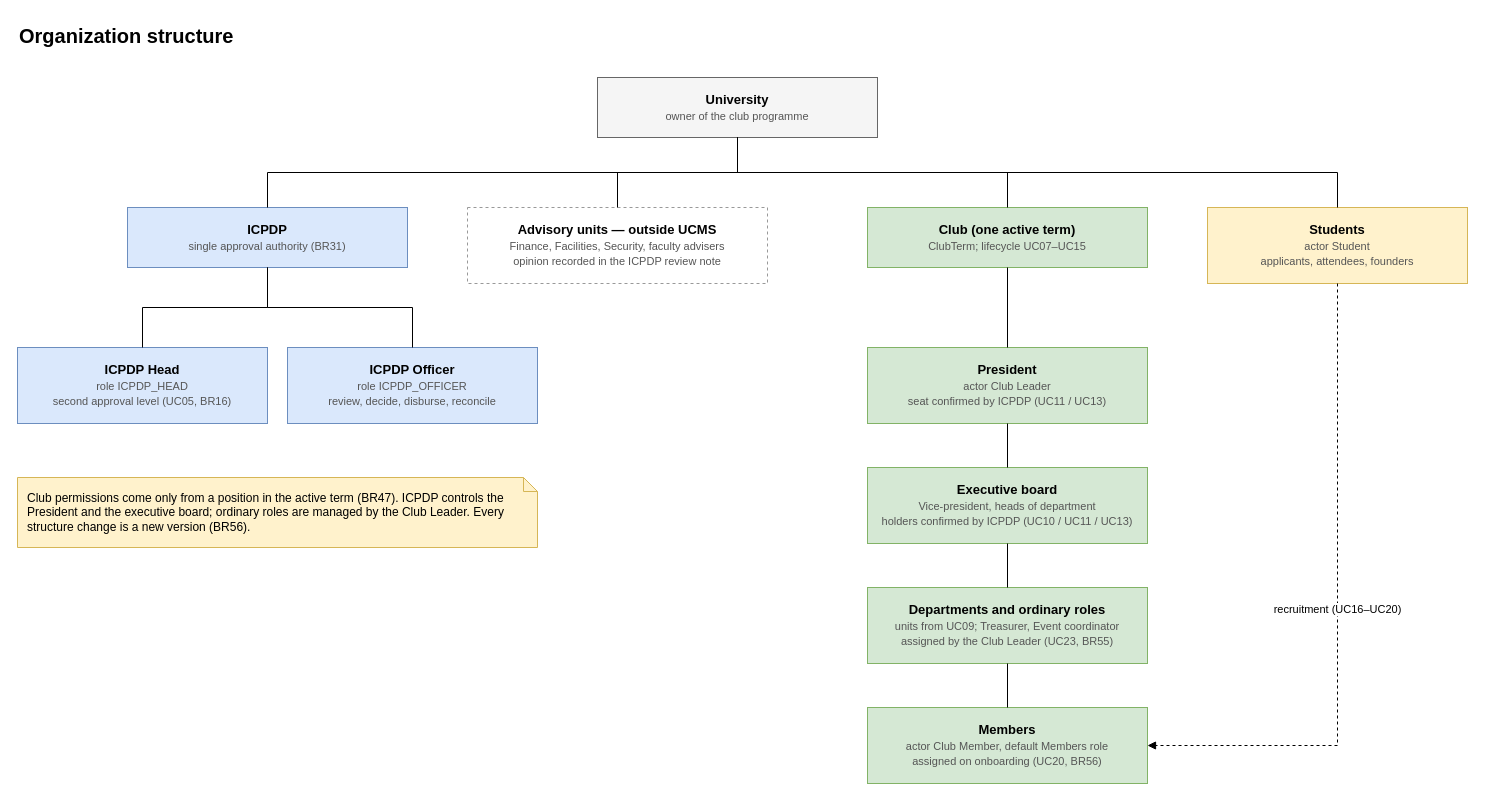
Before: page "Organization structure" (1 of 2) of docs/03-diagrams/UCMS_Organization_and_Flows.drawio in nvdekay/ClubManagementSystem, a draw.io diagram. Source tidied: cells renumbered, new cells numbered last; positions are measured from the earlier drawing's top-left corner, leaving out a move shared by most shapes. Both pictures are drawn from the tidied source at 100%, with x=0, y=0 at pixel (17, 17).
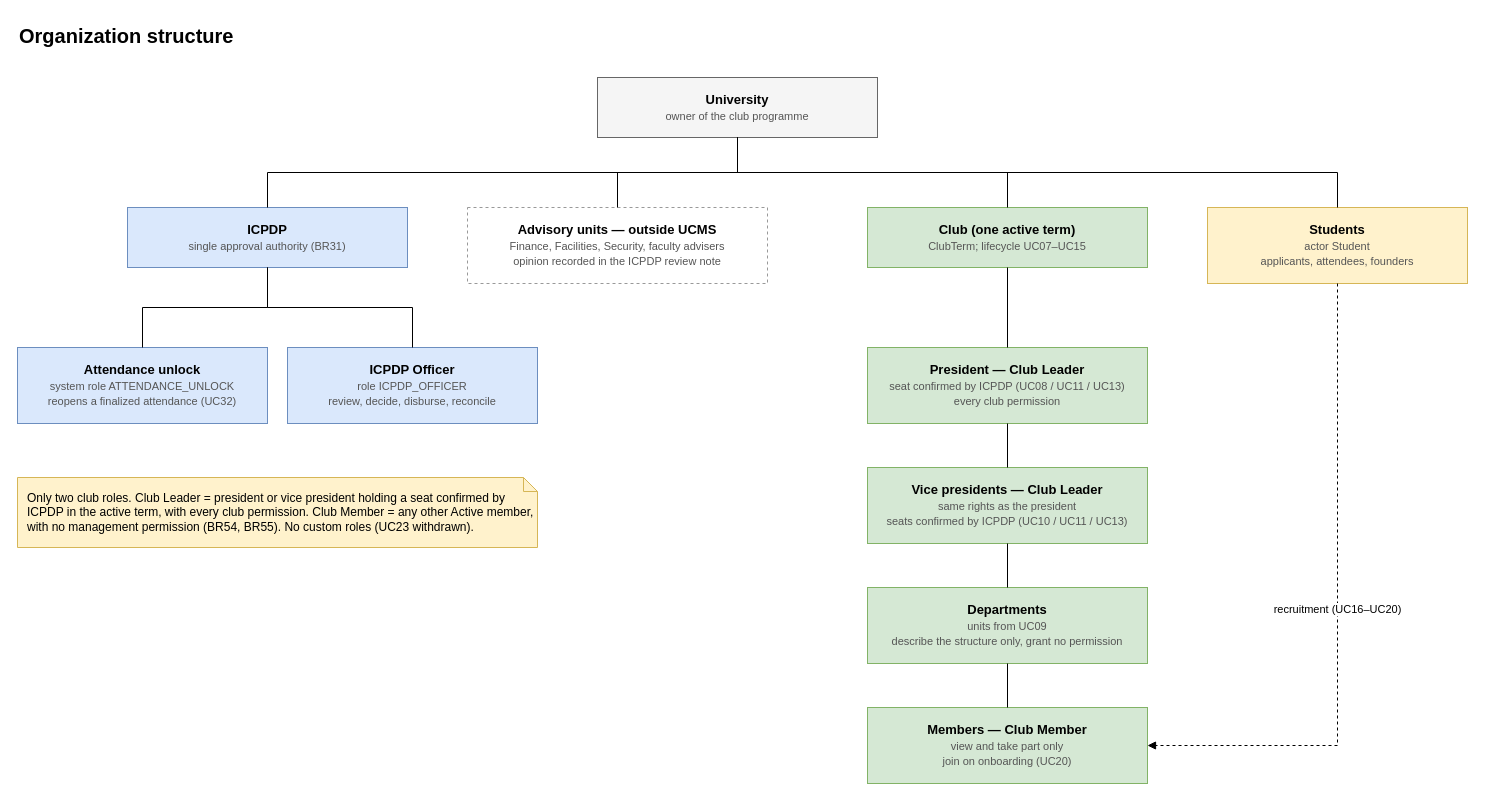
The same diagram, later.

The edit, as a diff of the source:
```diff
@@
-    <mxCell id="8" value="&lt;b&gt;ICPDP Head&lt;/b&gt;&lt;br&gt;&lt;font style=&quot;font-size:11px&quot; color=&quot;#555555&quot;&gt;role ICPDP_HEAD&lt;br&gt;second approval level (UC05, BR16)&lt;/font&gt;" style="rounded=0;whiteSpace=wrap;html=1;fillColor=#dae8fc;strokeColor=#6c8ebf;fontSize=13;" parent="1" vertex="1">
+    <mxCell id="8" value="&lt;b&gt;Attendance unlock&lt;/b&gt;&lt;br&gt;&lt;font style=&quot;font-size:11px&quot; color=&quot;#555555&quot;&gt;system role ATTENDANCE_UNLOCK&lt;br&gt;reopens a finalized attendance (UC32)&lt;/font&gt;" style="rounded=0;whiteSpace=wrap;html=1;fillColor=#dae8fc;strokeColor=#6c8ebf;fontSize=13;" parent="1" vertex="1">
       <mxGeometry y="330" width="250" height="76" as="geometry" />
     </mxCell>
@@
-    <mxCell id="10" value="&lt;b&gt;President&lt;/b&gt;&lt;br&gt;&lt;font style=&quot;font-size:11px&quot; color=&quot;#555555&quot;&gt;actor Club Leader&lt;br&gt;seat confirmed by ICPDP (UC11 / UC13)&lt;/font&gt;" style="rounded=0;whiteSpace=wrap;html=1;fillColor=#d5e8d4;strokeColor=#82b366;fontSize=13;" parent="1" vertex="1">
+    <mxCell id="10" value="&lt;b&gt;President — Club Leader&lt;/b&gt;&lt;br&gt;&lt;font style=&quot;font-size:11px&quot; color=&quot;#555555&quot;&gt;seat confirmed by ICPDP (UC08 / UC11 / UC13)&lt;br&gt;every club permission&lt;/font&gt;" style="rounded=0;whiteSpace=wrap;html=1;fillColor=#d5e8d4;strokeColor=#82b366;fontSize=13;" parent="1" vertex="1">
       <mxGeometry x="850" y="330" width="280" height="76" as="geometry" />
     </mxCell>
-    <mxCell id="11" value="&lt;b&gt;Executive board&lt;/b&gt;&lt;br&gt;&lt;font style=&quot;font-size:11px&quot; color=&quot;#555555&quot;&gt;Vice-president, heads of department&lt;br&gt;holders confirmed by ICPDP (UC10 / UC11 / UC13)&lt;/font&gt;" style="rounded=0;whiteSpace=wrap;html=1;fillColor=#d5e8d4;strokeColor=#82b366;fontSize=13;" parent="1" vertex="1">
+    <mxCell id="11" value="&lt;b&gt;Vice presidents — Club Leader&lt;/b&gt;&lt;br&gt;&lt;font style=&quot;font-size:11px&quot; color=&quot;#555555&quot;&gt;same rights as the president&lt;br&gt;seats confirmed by ICPDP (UC10 / UC11 / UC13)&lt;/font&gt;" style="rounded=0;whiteSpace=wrap;html=1;fillColor=#d5e8d4;strokeColor=#82b366;fontSize=13;" parent="1" vertex="1">
       <mxGeometry x="850" y="450" width="280" height="76" as="geometry" />
     </mxCell>
-    <mxCell id="12" value="&lt;b&gt;Departments and ordinary roles&lt;/b&gt;&lt;br&gt;&lt;font style=&quot;font-size:11px&quot; color=&quot;#555555&quot;&gt;units from UC09; Treasurer, Event coordinator&lt;br&gt;assigned by the Club Leader (UC23, BR55)&lt;/font&gt;" style="rounded=0;whiteSpace=wrap;html=1;fillColor=#d5e8d4;strokeColor=#82b366;fontSize=13;" parent="1" vertex="1">
+    <mxCell id="12" value="&lt;b&gt;Departments&lt;/b&gt;&lt;br&gt;&lt;font style=&quot;font-size:11px&quot; color=&quot;#555555&quot;&gt;units from UC09&lt;br&gt;describe the structure only, grant no permission&lt;/font&gt;" style="rounded=0;whiteSpace=wrap;html=1;fillColor=#d5e8d4;strokeColor=#82b366;fontSize=13;" parent="1" vertex="1">
       <mxGeometry x="850" y="570" width="280" height="76" as="geometry" />
     </mxCell>
-    <mxCell id="13" value="&lt;b&gt;Members&lt;/b&gt;&lt;br&gt;&lt;font style=&quot;font-size:11px&quot; color=&quot;#555555&quot;&gt;actor Club Member, default Members role&lt;br&gt;assigned on onboarding (UC20, BR56)&lt;/font&gt;" style="rounded=0;whiteSpace=wrap;html=1;fillColor=#d5e8d4;strokeColor=#82b366;fontSize=13;" parent="1" vertex="1">
+    <mxCell id="13" value="&lt;b&gt;Members — Club Member&lt;/b&gt;&lt;br&gt;&lt;font style=&quot;font-size:11px&quot; color=&quot;#555555&quot;&gt;view and take part only&lt;br&gt;join on onboarding (UC20)&lt;/font&gt;" style="rounded=0;whiteSpace=wrap;html=1;fillColor=#d5e8d4;strokeColor=#82b366;fontSize=13;" parent="1" vertex="1">
       <mxGeometry x="850" y="690" width="280" height="76" as="geometry" />
     </mxCell>
@@
-    <mxCell id="25" value="Club permissions come only from a position in the active term (BR47). ICPDP controls the President and the executive board; ordinary roles are managed by the Club Leader. Every structure change is a new version (BR56)." style="shape=note;whiteSpace=wrap;html=1;size=14;fillColor=#fff2cc;strokeColor=#d6b656;fontSize=12;align=left;spacingLeft=8;" parent="1" vertex="1">
+    <mxCell id="25" value="Only two club roles. Club Leader = president or vice president holding a seat confirmed by ICPDP in the active term, with every club permission. Club Member = any other Active member, with no management permission (BR54, BR55). No custom roles (UC23 withdrawn)." style="shape=note;whiteSpace=wrap;html=1;size=14;fillColor=#fff2cc;strokeColor=#d6b656;fontSize=12;align=left;spacingLeft=8;" parent="1" vertex="1">
       <mxGeometry y="460" width="520" height="70" as="geometry" />
     </mxCell>
```
